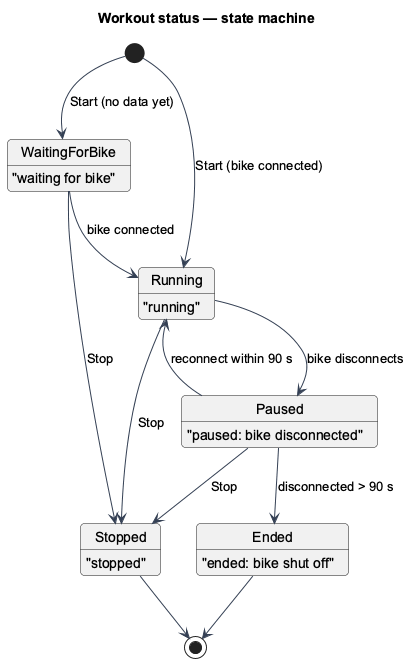
QuinntyneBrown/ride-one keeps this PlantUML diagram as docs/detailed-designs/workouts/run-interval-workout/diagrams/state-workout-status.png. Above is the earlier version. Source of this version:
```plantuml
@startuml
skinparam backgroundColor #FFFFFF
skinparam shadowing false
skinparam roundcorner 8
skinparam defaultFontName Arial
skinparam ArrowColor #344054
skinparam class {
  BorderColor #344054
  FontColor #101828
  BackgroundColor #F9FAFB
}
title Workout status — state machine
[*] --> WaitingForBike : Start (no data yet)
[*] --> Running : Start (bike connected)
WaitingForBike : "waiting for bike"
Running : "running"
Paused : "paused: bike disconnected"
Ended : "ended: bike shut off"
Stopped : "stopped"
WaitingForBike --> Running : bike connected
Running --> Paused : bike disconnects
Paused --> Running : reconnect within 90 s
Paused --> Ended : disconnected > 90 s
Running --> Stopped : Stop
Paused --> Stopped : Stop
WaitingForBike --> Stopped : Stop
Ended --> [*]
Stopped --> [*]
@enduml
```
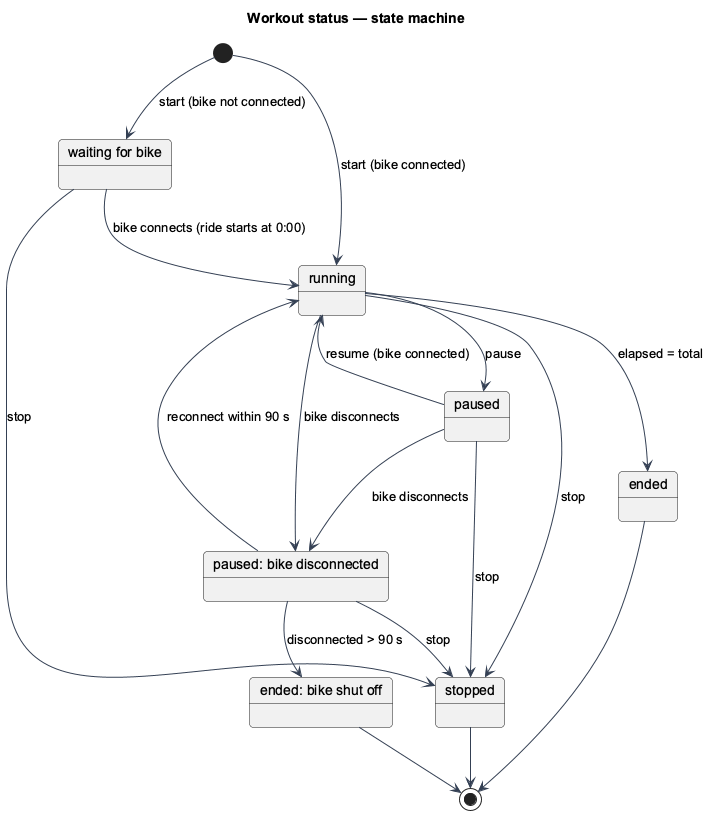
Above is the later version.

What changed in the source:
```diff
@@ -4,26 +4,30 @@
 skinparam roundcorner 8
 skinparam defaultFontName Arial
 skinparam ArrowColor #344054
-skinparam class {
-  BorderColor #344054
-  FontColor #101828
-  BackgroundColor #F9FAFB
-}
 title Workout status — state machine
-[*] --> WaitingForBike : Start (no data yet)
-[*] --> Running : Start (bike connected)
-WaitingForBike : "waiting for bike"
-Running : "running"
-Paused : "paused: bike disconnected"
-Ended : "ended: bike shut off"
-Stopped : "stopped"
-WaitingForBike --> Running : bike connected
-Running --> Paused : bike disconnects
-Paused --> Running : reconnect within 90 s
-Paused --> Ended : disconnected > 90 s
-Running --> Stopped : Stop
-Paused --> Stopped : Stop
-WaitingForBike --> Stopped : Stop
+state "waiting for bike" as Waiting
+state "running" as Running
+state "paused" as Paused
+state "paused: bike disconnected" as Disconnected
+state "ended" as Ended
+state "ended: bike shut off" as ShutOff
+state "stopped" as Stopped
+
+[*] --> Waiting : start (bike not connected)
+[*] --> Running : start (bike connected)
+Waiting --> Running : bike connects (ride starts at 0:00)
+Running --> Disconnected : bike disconnects
+Disconnected --> Running : reconnect within 90 s
+Disconnected --> ShutOff : disconnected > 90 s
+Running --> Paused : pause
+Paused --> Running : resume (bike connected)
+Paused --> Disconnected : bike disconnects
+Running --> Ended : elapsed = total
+Waiting --> Stopped : stop
+Running --> Stopped : stop
+Paused --> Stopped : stop
+Disconnected --> Stopped : stop
 Ended --> [*]
+ShutOff --> [*]
 Stopped --> [*]
 @enduml
```
